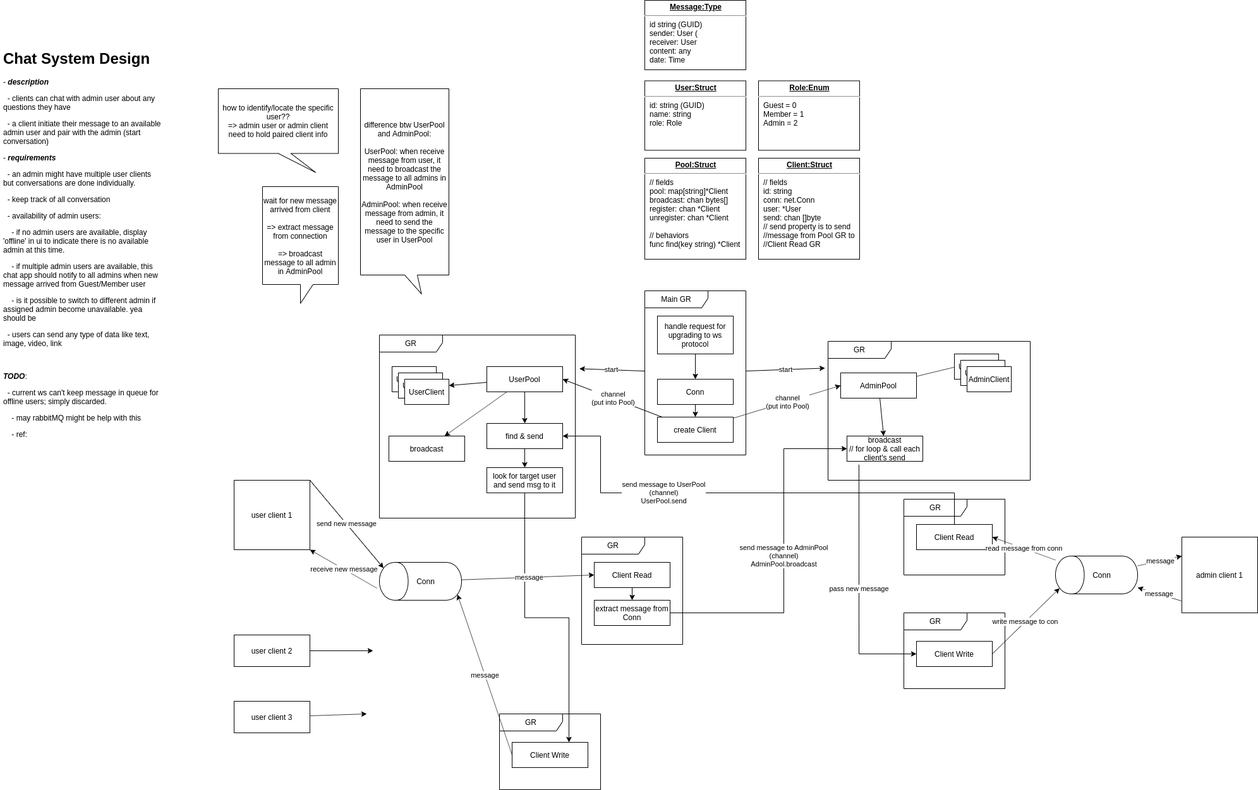
This is Chat_System_Design.PNG from stsiwo/sts_blogs, a draw.io export, as it was before one commit. Source tidied: cells renumbered, new cells last; positions are measured from the earlier drawing's top-left corner, leaving out a move shared by most shapes.
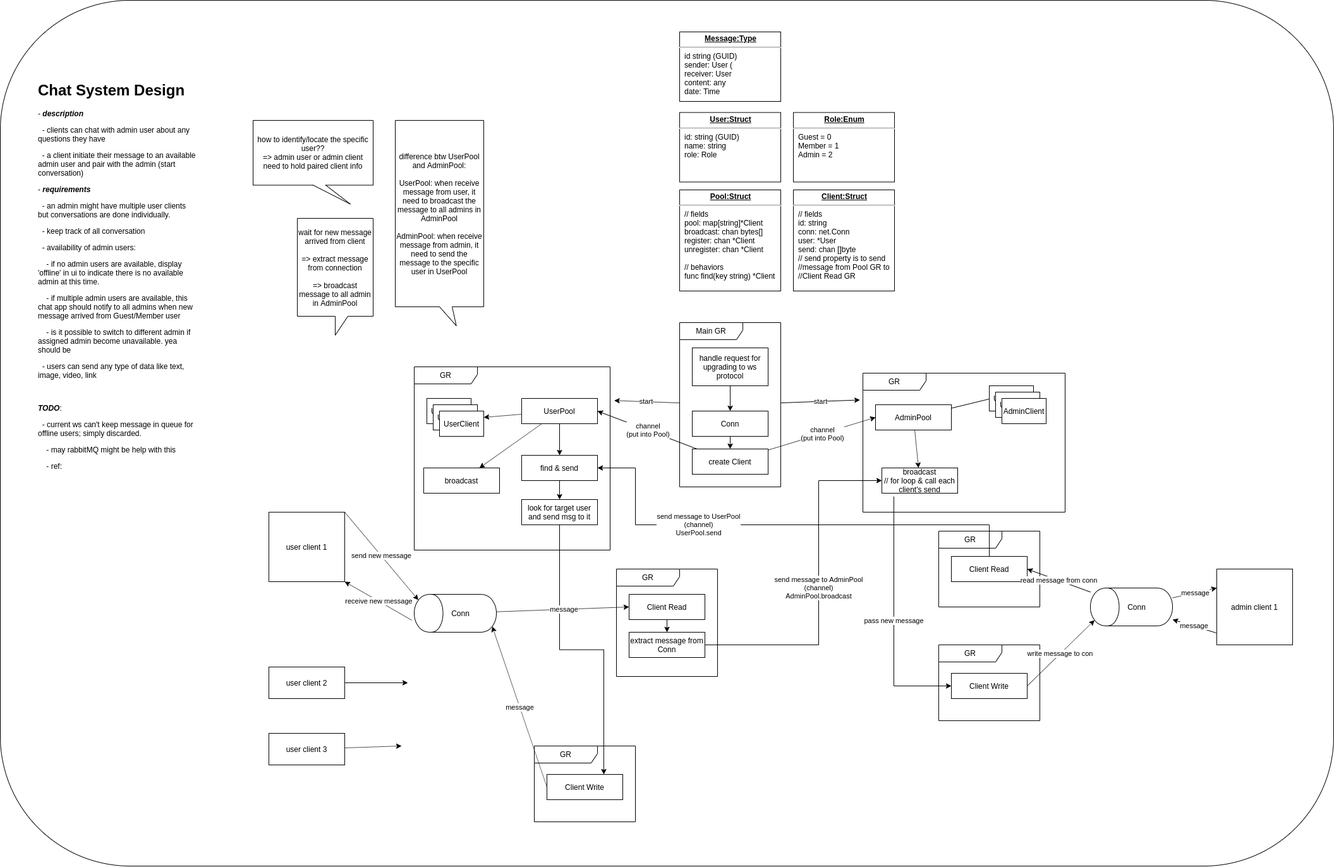
Later version of the same file.

The edit, as a diff of the source:
```diff
@@ -2,6 +2,9 @@
   <root>
     <mxCell id="0" />
     <mxCell id="1" parent="0" />
+    <mxCell id="72" style="rounded=1;whiteSpace=wrap;html=1;" parent="1" vertex="1">
+      <mxGeometry x="-55" y="-50" width="2110" height="1370" as="geometry" />
+    </mxCell>
     <mxCell id="2" value="&lt;h1&gt;Chat System Design&lt;/h1&gt;&lt;p&gt;- &lt;b&gt;&lt;i&gt;description&lt;/i&gt;&lt;/b&gt;&lt;/p&gt;&lt;p&gt;&amp;nbsp; - clients can chat with admin user about any questions they have&lt;/p&gt;&lt;p&gt;&amp;nbsp; - a client initiate their message to an available admin user and pair with the admin (start conversation)&lt;span&gt;&amp;nbsp;&lt;/span&gt;&lt;/p&gt;&lt;p&gt;- &lt;b&gt;&lt;i&gt;requirements&lt;/i&gt;&lt;/b&gt;&lt;/p&gt;&lt;p&gt;&amp;nbsp; - an admin might have multiple user clients but conversations are done individually.&lt;/p&gt;&lt;p&gt;&amp;nbsp; - keep track of all conversation&lt;/p&gt;&lt;p&gt;&lt;span&gt;&amp;nbsp; - availability of admin users:&lt;/span&gt;&lt;/p&gt;&lt;p&gt;&lt;span&gt;&amp;nbsp; &amp;nbsp; - if no admin users are available, display 'offline' in ui to indicate there is no available admin at this time.&lt;/span&gt;&lt;/p&gt;&lt;p&gt;&lt;span&gt;&amp;nbsp; &amp;nbsp; - if multiple admin users are available, this chat app should notify to all admins when new message arrived from Guest/Member user&lt;/span&gt;&lt;/p&gt;&lt;p&gt;&lt;span&gt;&amp;nbsp; &amp;nbsp; - is it possible to switch to different admin if assigned admin become unavailable. yea should be&amp;nbsp;&lt;/span&gt;&lt;/p&gt;&lt;p&gt;&lt;span&gt;&amp;nbsp; - users can send any type of data like text, image, video, link&lt;/span&gt;&lt;/p&gt;&lt;p&gt;&lt;span&gt;&lt;br&gt;&lt;/span&gt;&lt;/p&gt;&lt;p&gt;&lt;b&gt;&lt;i&gt;TODO&lt;/i&gt;&lt;/b&gt;:&lt;/p&gt;&lt;p&gt;&lt;span&gt;&amp;nbsp; - current ws can't keep message in queue for offline users; simply discarded.&lt;/span&gt;&lt;/p&gt;&lt;p&gt;&lt;span&gt;&amp;nbsp; &amp;nbsp; - may rabbitMQ might be help with this&amp;nbsp;&lt;/span&gt;&lt;/p&gt;&lt;p&gt;&lt;span&gt;&amp;nbsp; &amp;nbsp; - ref:&amp;nbsp;&lt;/span&gt;&lt;/p&gt;https://www.rabbitmq.com/web-stomp.html&lt;p&gt;&lt;span&gt;&lt;br&gt;&lt;/span&gt;&lt;/p&gt;" style="text;html=1;strokeColor=none;fillColor=none;spacing=5;spacingTop=-20;whiteSpace=wrap;overflow=hidden;rounded=0;" parent="1" vertex="1">
       <mxGeometry y="72.5" width="260" height="630" as="geometry" />
     </mxCell>
```
